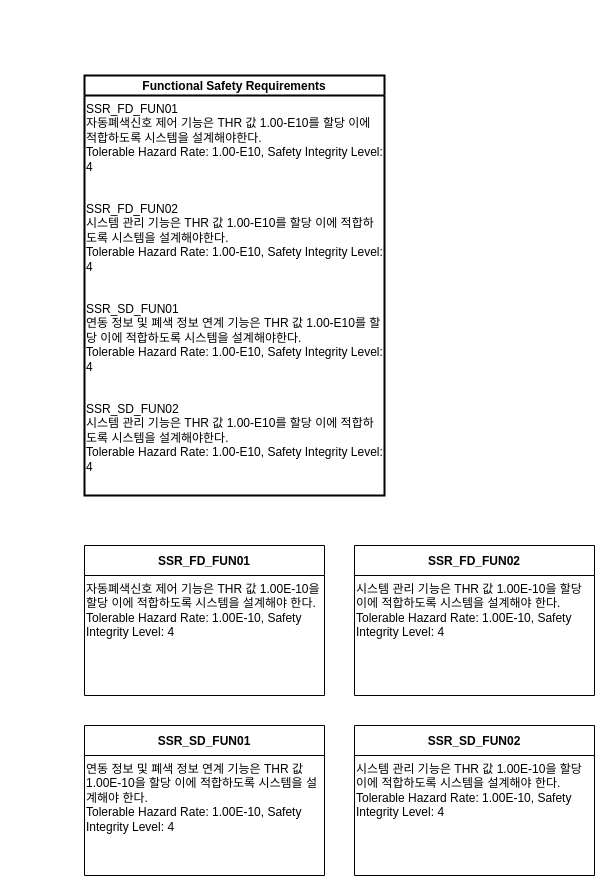
Before: page "Functional Safety Requirements" (1 of 14) of EABS_SIL4/FCPU/SRS_to_Block_Diagram00.drawio in chillin2/MyDraw.io, a draw.io diagram. Source tidied: cells renumbered, new cells numbered last; positions are measured from the earlier drawing's top-left corner, leaving out a move shared by most shapes. Both pictures are drawn from the tidied source at 100%, with x=0, y=0 at pixel (84, 75).
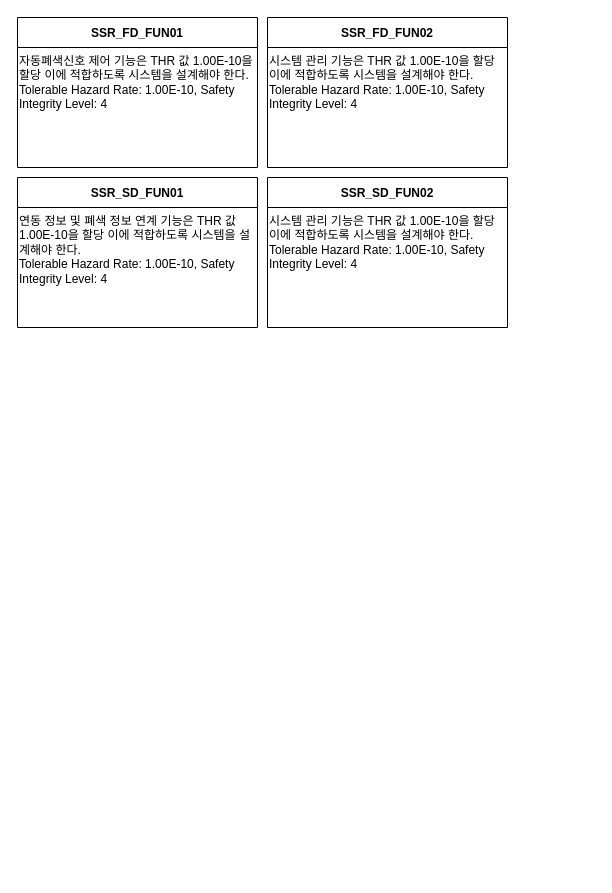
After the change.

The edit, as a diff of the source:
```diff
@@
 <mxGraphModel>
   <root>
     <mxCell id="0" />
     <mxCell id="1" parent="0" />
-    <mxCell id="2" value="Functional Safety Requirements" style="swimlane;horizontal=1;startSize=20;strokeWidth=2;" parent="1" vertex="1">
-      <mxGeometry width="300" height="420" as="geometry" />
-    </mxCell>
-    <mxCell id="3" value="SSR_FD_FUN01&#10;자동폐색신호 제어 기능은 THR 값 1.00-E10를 할당 이에 적합하도록 시스템을 설계해야한다.&#10;Tolerable Hazard Rate: 1.00-E10, Safety Integrity Level: 4" style="text;strokeColor=none;fillColor=none;whiteSpace=wrap;" parent="2" vertex="1">
-      <mxGeometry y="20" width="300" height="100" as="geometry" />
-    </mxCell>
-    <mxCell id="4" value="SSR_FD_FUN02&#10;시스템 관리 기능은 THR 값 1.00-E10를 할당 이에 적합하도록 시스템을 설계해야한다.&#10;Tolerable Hazard Rate: 1.00-E10, Safety Integrity Level: 4" style="text;strokeColor=none;fillColor=none;whiteSpace=wrap;" parent="2" vertex="1">
-      <mxGeometry y="120" width="300" height="100" as="geometry" />
-    </mxCell>
-    <mxCell id="5" value="SSR_SD_FUN01&#10;연동 정보 및 폐색 정보 연계 기능은 THR 값 1.00-E10를 할당 이에 적합하도록 시스템을 설계해야한다.&#10;Tolerable Hazard Rate: 1.00-E10, Safety Integrity Level: 4" style="text;strokeColor=none;fillColor=none;whiteSpace=wrap;" parent="2" vertex="1">
-      <mxGeometry y="220" width="300" height="100" as="geometry" />
-    </mxCell>
-    <mxCell id="6" value="SSR_SD_FUN02&#10;시스템 관리 기능은 THR 값 1.00-E10를 할당 이에 적합하도록 시스템을 설계해야한다.&#10;Tolerable Hazard Rate: 1.00-E10, Safety Integrity Level: 4" style="text;strokeColor=none;fillColor=none;whiteSpace=wrap;" parent="2" vertex="1">
-      <mxGeometry y="320" width="300" height="100" as="geometry" />
-    </mxCell>
     <mxCell id="7" value="SSR_FD_FUN01" style="swimlane;horizontal=1;startSize=30;" parent="1" vertex="1">
-      <mxGeometry y="470" width="240" height="150" as="geometry" />
+      <mxGeometry x="-67" y="-58" width="240" height="150" as="geometry" />
     </mxCell>
     <mxCell id="8" value="자동폐색신호 제어 기능은 THR 값 1.00E-10을 할당 이에 적합하도록 시스템을 설계해야 한다.&#10;Tolerable Hazard Rate: 1.00E-10, Safety Integrity Level: 4" style="text;strokeColor=none;fillColor=none;whiteSpace=wrap;" parent="7" vertex="1">
       <mxGeometry y="30" width="240" height="120" as="geometry" />
     </mxCell>
     <mxCell id="9" value="SSR_FD_FUN02" style="swimlane;horizontal=1;startSize=30;" parent="1" vertex="1">
-      <mxGeometry x="270" y="470" width="240" height="150" as="geometry" />
+      <mxGeometry x="183" y="-58" width="240" height="150" as="geometry" />
     </mxCell>
     <mxCell id="10" value="시스템 관리 기능은 THR 값 1.00E-10을 할당 이에 적합하도록 시스템을 설계해야 한다.&#10;Tolerable Hazard Rate: 1.00E-10, Safety Integrity Level: 4" style="text;strokeColor=none;fillColor=none;whiteSpace=wrap;" parent="9" vertex="1">
       <mxGeometry y="30" width="240" height="120" as="geometry" />
     </mxCell>
     <mxCell id="11" value="SSR_SD_FUN01" style="swimlane;horizontal=1;startSize=30;" parent="1" vertex="1">
-      <mxGeometry y="650" width="240" height="150" as="geometry" />
+      <mxGeometry x="-67" y="102" width="240" height="150" as="geometry" />
     </mxCell>
     <mxCell id="12" value="연동 정보 및 폐색 정보 연계 기능은 THR 값 1.00E-10을 할당 이에 적합하도록 시스템을 설계해야 한다.&#10;Tolerable Hazard Rate: 1.00E-10, Safety Integrity Level: 4" style="text;strokeColor=none;fillColor=none;whiteSpace=wrap;" parent="11" vertex="1">
       <mxGeometry y="30" width="240" height="120" as="geometry" />
     </mxCell>
     <mxCell id="13" value="SSR_SD_FUN02" style="swimlane;horizontal=1;startSize=30;" parent="1" vertex="1">
-      <mxGeometry x="270" y="650" width="240" height="150" as="geometry" />
+      <mxGeometry x="183" y="102" width="240" height="150" as="geometry" />
     </mxCell>
     <mxCell id="14" value="시스템 관리 기능은 THR 값 1.00E-10을 할당 이에 적합하도록 시스템을 설계해야 한다.&#10;Tolerable Hazard Rate: 1.00E-10, Safety Integrity Level: 4" style="text;strokeColor=none;fillColor=none;whiteSpace=wrap;" parent="13" vertex="1">
       <mxGeometry y="30" width="240" height="120" as="geometry" />
     </mxCell>
   </root>
 </mxGraphModel>
```
